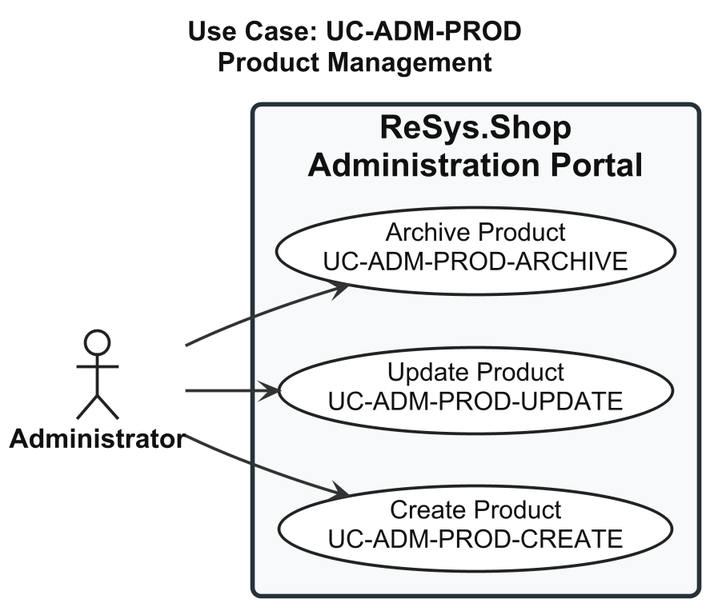
Before: thesis/figures/chapters/part2/ch2-design/02-use-cases/diagrams/P2S2.2.2_usecase-product-management.png, a diagram exported from PlantUML (qingfa-dev/ReSys.Shop).
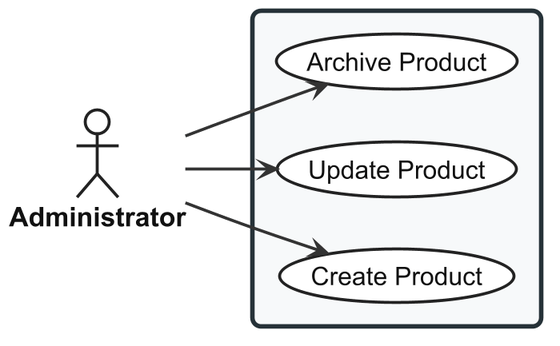
After the change.

What changed in the source:
```diff
@@ -56,17 +56,16 @@
 
 </style>
 
-title Use Case: UC-ADM-PROD\nProduct Management
 
 actor "Administrator" as Admin
 
-rectangle "ReSys.Shop\nAdministration Portal" {
+rectangle {
 
-  usecase "Create Product\nUC-ADM-PROD-CREATE" as UC_CREATE
+  usecase "Create Product" as UC_CREATE
 
-  usecase "Update Product\nUC-ADM-PROD-UPDATE" as UC_UPDATE
+  usecase "Update Product" as UC_UPDATE
 
-  usecase "Archive Product\nUC-ADM-PROD-ARCHIVE" as UC_ARCHIVE
+  usecase "Archive Product" as UC_ARCHIVE
 
 }
 
```
